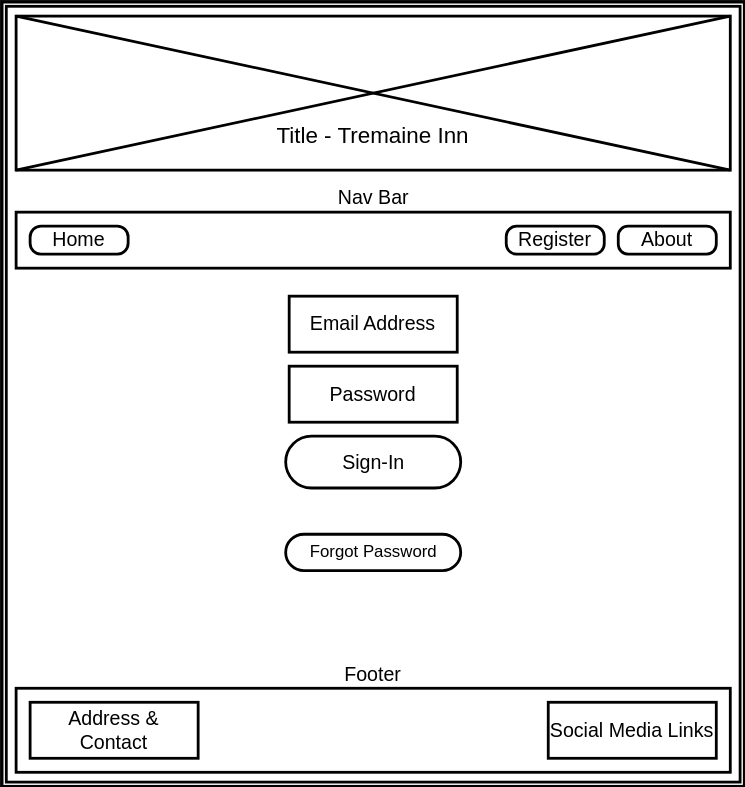
redfoxofwealden/tremaine-inn-booking-system keeps this draw.io diagram as readme/sign-in-page.svg. Above is the earlier version. Source tidied: cells renumbered, new cells last; positions are measured from the earlier drawing's top-left corner, leaving out a move shared by most shapes. Its diagram source:
```xml
<mxGraphModel>
  <root>
    <mxCell id="0" />
    <mxCell id="1" parent="0" />
    <mxCell id="2" style="shape=ext;double=1;rounded=0;whiteSpace=wrap;html=1;strokeColor=#000000;strokeWidth=2;align=center;verticalAlign=middle;fontFamily=Helvetica;fontSize=12;fontColor=#333333;fillColor=#FFFFFF;" parent="1" vertex="1">
      <mxGeometry width="530" height="560" as="geometry" />
    </mxCell>
    <mxCell id="3" style="rounded=0;whiteSpace=wrap;html=1;align=center;verticalAlign=middle;fontFamily=Tahoma;fontSize=14;fontColor=#000000;fillColor=none;gradientColor=none;strokeWidth=2;strokeColor=#000000;" parent="1" vertex="1">
      <mxGeometry x="10" y="150" width="510" height="40" as="geometry" />
    </mxCell>
    <mxCell id="4" style="verticalLabelPosition=bottom;shadow=0;dashed=0;align=center;html=1;verticalAlign=top;strokeWidth=2;shape=mxgraph.mockup.graphics.simpleIcon;strokeColor=#000000;rounded=0;fontFamily=Helvetica;fontSize=12;fontColor=#333333;fillColor=#FFFFFF;" parent="1" vertex="1">
      <mxGeometry x="10" y="10" width="510" height="110" as="geometry" />
    </mxCell>
    <mxCell id="5" value="Title - Tremaine Inn" style="text;html=1;align=center;verticalAlign=middle;whiteSpace=wrap;rounded=0;fontFamily=Helvetica;fontSize=16;fontColor=#000000;fontStyle=0;" parent="1" vertex="1">
      <mxGeometry x="191.2" y="80" width="147.5" height="30" as="geometry" />
    </mxCell>
    <mxCell id="6" value="Register" style="rounded=1;whiteSpace=wrap;html=1;align=center;verticalAlign=middle;fontFamily=Helvetica;fontSize=14;fontColor=#000000;fillColor=none;gradientColor=none;strokeColor=#000000;strokeWidth=2;arcSize=37;" parent="1" vertex="1">
      <mxGeometry x="360" y="160" width="70" height="20" as="geometry" />
    </mxCell>
    <mxCell id="7" value="About" style="rounded=1;whiteSpace=wrap;html=1;align=center;verticalAlign=middle;fontFamily=Helvetica;fontSize=14;fontColor=#000000;fillColor=none;gradientColor=none;strokeColor=#000000;strokeWidth=2;arcSize=35;" parent="1" vertex="1">
      <mxGeometry x="440" y="160" width="70" height="20" as="geometry" />
    </mxCell>
    <mxCell id="8" value="Home" style="rounded=1;whiteSpace=wrap;html=1;align=center;verticalAlign=middle;fontFamily=Helvetica;fontSize=14;fontColor=#000000;fillColor=none;gradientColor=none;strokeColor=#000000;strokeWidth=2;arcSize=39;" parent="1" vertex="1">
      <mxGeometry x="20" y="160" width="70" height="20" as="geometry" />
    </mxCell>
    <mxCell id="9" style="rounded=0;whiteSpace=wrap;html=1;align=center;verticalAlign=middle;fontFamily=Tahoma;fontSize=14;fontColor=#000000;fillColor=none;gradientColor=none;strokeWidth=2;strokeColor=#000000;" parent="1" vertex="1">
      <mxGeometry x="10" y="490" width="510" height="60" as="geometry" />
    </mxCell>
    <mxCell id="10" value="Address &amp;amp;&lt;br&gt;Contact" style="rounded=1;whiteSpace=wrap;html=1;align=center;verticalAlign=middle;fontFamily=Helvetica;fontSize=14;fontColor=#000000;fillColor=none;gradientColor=none;arcSize=0;strokeWidth=2;strokeColor=#000000;" parent="1" vertex="1">
      <mxGeometry x="20" y="500" width="120" height="40" as="geometry" />
    </mxCell>
    <mxCell id="11" value="Social Media Links" style="rounded=1;whiteSpace=wrap;html=1;align=center;verticalAlign=middle;fontFamily=Helvetica;fontSize=14;fontColor=#000000;fillColor=none;gradientColor=none;arcSize=0;strokeWidth=2;strokeColor=#000000;" parent="1" vertex="1">
      <mxGeometry x="390" y="500" width="120" height="40" as="geometry" />
    </mxCell>
    <mxCell id="12" value="Footer" style="text;html=1;align=center;verticalAlign=middle;whiteSpace=wrap;rounded=0;fontFamily=Helvetica;fontSize=14;fontColor=#000000;" parent="1" vertex="1">
      <mxGeometry x="240" y="470" width="50" height="20" as="geometry" />
    </mxCell>
    <mxCell id="13" value="Nav Bar" style="text;html=1;align=center;verticalAlign=middle;whiteSpace=wrap;rounded=0;fontFamily=Helvetica;fontSize=14;fontColor=#000000;" parent="1" vertex="1">
      <mxGeometry x="237.5" y="130" width="55" height="20" as="geometry" />
    </mxCell>
    <mxCell id="14" value="Email Address" style="rounded=0;whiteSpace=wrap;html=1;fillColor=#FFFFFF;strokeColor=#000000;strokeWidth=2;fontSize=14;fontColor=#000000;" parent="1" vertex="1">
      <mxGeometry x="205" y="210" width="120" height="40" as="geometry" />
    </mxCell>
    <mxCell id="15" value="Password" style="rounded=0;whiteSpace=wrap;html=1;fillColor=#FFFFFF;strokeColor=#000000;strokeWidth=2;fontSize=14;fontColor=#000000;" parent="1" vertex="1">
      <mxGeometry x="205" y="260" width="120" height="40" as="geometry" />
    </mxCell>
    <mxCell id="16" value="Sign-In" style="rounded=1;whiteSpace=wrap;html=1;strokeColor=#000000;strokeWidth=2;align=center;verticalAlign=middle;fontFamily=Helvetica;fontSize=14;fontColor=#000000;fillColor=#FFFFFF;perimeter=rectanglePerimeter;absoluteArcSize=0;arcSize=50;" parent="1" vertex="1">
      <mxGeometry x="202.5" y="310" width="125" height="37" as="geometry" />
    </mxCell>
    <mxCell id="17" value="Forgot Password" style="rounded=1;whiteSpace=wrap;html=1;strokeColor=#000000;strokeWidth=2;align=center;verticalAlign=middle;fontFamily=Helvetica;fontSize=12;fontColor=#000000;fillColor=#FFFFFF;perimeter=rectanglePerimeter;absoluteArcSize=0;arcSize=50;" parent="1" vertex="1">
      <mxGeometry x="202.5" y="380" width="125" height="26" as="geometry" />
    </mxCell>
  </root>
</mxGraphModel>
```
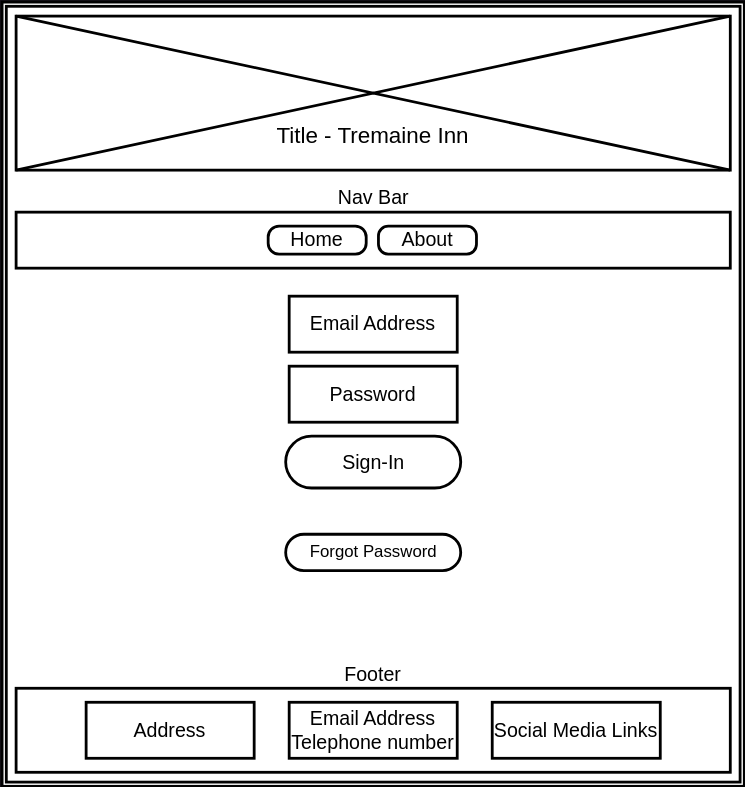
After the commit.

Commit message:
docs: fill out testing home page

The edit, as a diff of the source:
```diff
@@ -14,24 +14,9 @@
     <mxCell id="5" value="Title - Tremaine Inn" style="text;html=1;align=center;verticalAlign=middle;whiteSpace=wrap;rounded=0;fontFamily=Helvetica;fontSize=16;fontColor=#000000;fontStyle=0;" parent="1" vertex="1">
       <mxGeometry x="191.2" y="80" width="147.5" height="30" as="geometry" />
     </mxCell>
-    <mxCell id="6" value="Register" style="rounded=1;whiteSpace=wrap;html=1;align=center;verticalAlign=middle;fontFamily=Helvetica;fontSize=14;fontColor=#000000;fillColor=none;gradientColor=none;strokeColor=#000000;strokeWidth=2;arcSize=37;" parent="1" vertex="1">
-      <mxGeometry x="360" y="160" width="70" height="20" as="geometry" />
-    </mxCell>
-    <mxCell id="7" value="About" style="rounded=1;whiteSpace=wrap;html=1;align=center;verticalAlign=middle;fontFamily=Helvetica;fontSize=14;fontColor=#000000;fillColor=none;gradientColor=none;strokeColor=#000000;strokeWidth=2;arcSize=35;" parent="1" vertex="1">
-      <mxGeometry x="440" y="160" width="70" height="20" as="geometry" />
-    </mxCell>
-    <mxCell id="8" value="Home" style="rounded=1;whiteSpace=wrap;html=1;align=center;verticalAlign=middle;fontFamily=Helvetica;fontSize=14;fontColor=#000000;fillColor=none;gradientColor=none;strokeColor=#000000;strokeWidth=2;arcSize=39;" parent="1" vertex="1">
-      <mxGeometry x="20" y="160" width="70" height="20" as="geometry" />
-    </mxCell>
     <mxCell id="9" style="rounded=0;whiteSpace=wrap;html=1;align=center;verticalAlign=middle;fontFamily=Tahoma;fontSize=14;fontColor=#000000;fillColor=none;gradientColor=none;strokeWidth=2;strokeColor=#000000;" parent="1" vertex="1">
       <mxGeometry x="10" y="490" width="510" height="60" as="geometry" />
     </mxCell>
-    <mxCell id="10" value="Address &amp;amp;&lt;br&gt;Contact" style="rounded=1;whiteSpace=wrap;html=1;align=center;verticalAlign=middle;fontFamily=Helvetica;fontSize=14;fontColor=#000000;fillColor=none;gradientColor=none;arcSize=0;strokeWidth=2;strokeColor=#000000;" parent="1" vertex="1">
-      <mxGeometry x="20" y="500" width="120" height="40" as="geometry" />
-    </mxCell>
-    <mxCell id="11" value="Social Media Links" style="rounded=1;whiteSpace=wrap;html=1;align=center;verticalAlign=middle;fontFamily=Helvetica;fontSize=14;fontColor=#000000;fillColor=none;gradientColor=none;arcSize=0;strokeWidth=2;strokeColor=#000000;" parent="1" vertex="1">
-      <mxGeometry x="390" y="500" width="120" height="40" as="geometry" />
-    </mxCell>
     <mxCell id="12" value="Footer" style="text;html=1;align=center;verticalAlign=middle;whiteSpace=wrap;rounded=0;fontFamily=Helvetica;fontSize=14;fontColor=#000000;" parent="1" vertex="1">
       <mxGeometry x="240" y="470" width="50" height="20" as="geometry" />
     </mxCell>
@@ -50,5 +35,20 @@
     <mxCell id="17" value="Forgot Password" style="rounded=1;whiteSpace=wrap;html=1;strokeColor=#000000;strokeWidth=2;align=center;verticalAlign=middle;fontFamily=Helvetica;fontSize=12;fontColor=#000000;fillColor=#FFFFFF;perimeter=rectanglePerimeter;absoluteArcSize=0;arcSize=50;" parent="1" vertex="1">
       <mxGeometry x="202.5" y="380" width="125" height="26" as="geometry" />
     </mxCell>
+    <mxCell id="7" value="About" style="rounded=1;whiteSpace=wrap;html=1;align=center;verticalAlign=middle;fontFamily=Helvetica;fontSize=14;fontColor=#000000;fillColor=none;gradientColor=none;strokeColor=#000000;strokeWidth=2;arcSize=35;" parent="1" vertex="1">
+      <mxGeometry x="268.8" y="160" width="70" height="20" as="geometry" />
+    </mxCell>
+    <mxCell id="8" value="Home" style="rounded=1;whiteSpace=wrap;html=1;align=center;verticalAlign=middle;fontFamily=Helvetica;fontSize=14;fontColor=#000000;fillColor=none;gradientColor=none;strokeColor=#000000;strokeWidth=2;arcSize=39;" parent="1" vertex="1">
+      <mxGeometry x="190" y="160" width="70" height="20" as="geometry" />
+    </mxCell>
+    <mxCell id="18" value="Address" style="rounded=1;whiteSpace=wrap;html=1;align=center;verticalAlign=middle;fontFamily=Helvetica;fontSize=14;fontColor=#000000;fillColor=none;gradientColor=none;arcSize=0;strokeWidth=2;strokeColor=#000000;" parent="1" vertex="1">
+      <mxGeometry x="60" y="500" width="120" height="40" as="geometry" />
+    </mxCell>
+    <mxCell id="11" value="Social Media Links" style="rounded=1;whiteSpace=wrap;html=1;align=center;verticalAlign=middle;fontFamily=Helvetica;fontSize=14;fontColor=#000000;fillColor=none;gradientColor=none;arcSize=0;strokeWidth=2;strokeColor=#000000;" parent="1" vertex="1">
+      <mxGeometry x="350" y="500" width="120" height="40" as="geometry" />
+    </mxCell>
+    <mxCell id="19" value="Email Address&lt;br&gt;Telephone number" style="rounded=1;whiteSpace=wrap;html=1;align=center;verticalAlign=middle;fontFamily=Helvetica;fontSize=14;fontColor=#000000;fillColor=none;gradientColor=none;arcSize=0;strokeWidth=2;strokeColor=#000000;" parent="1" vertex="1">
+      <mxGeometry x="205" y="500" width="120" height="40" as="geometry" />
+    </mxCell>
   </root>
 </mxGraphModel>
```
